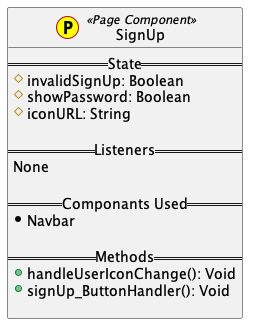
Above: entry_system_website/UML_Diagrams/Pages/SignUp.png in grid-rider/Computer_Science_IA_EntrySystem_Website (PlantUML), before the change.
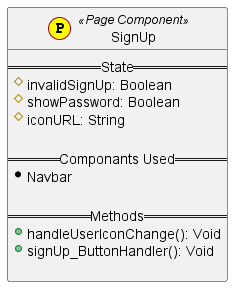
Later version of the same file.

The edit, as a diff of the source:
```diff
@@ -5,9 +5,6 @@
      #invalidSignUp: Boolean
      #showPassword: Boolean
      #iconURL: String
-
-    == Listeners ==
-     None
 
     == Componants Used ==
      *Navbar
```
